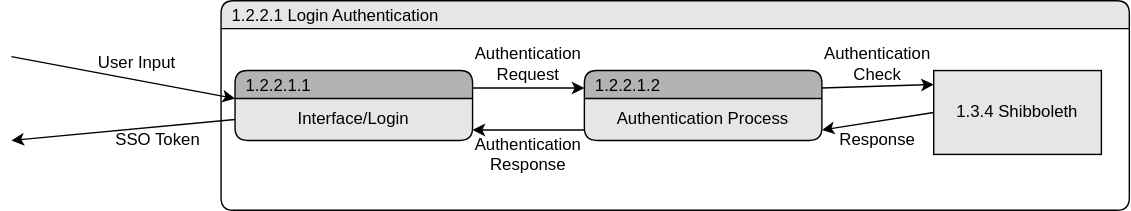
Above: TeamTwoFiles/LoginAuthentication_DFD.drawio.svg in MckennahPalmer/CSE430 (draw.io), before the change. Source tidied: cells renumbered, new cells last; positions are measured from the earlier drawing's top-left corner, leaving out a move shared by most shapes. The source it was exported from:
```xml
<mxGraphModel>
  <root>
    <mxCell id="0" />
    <mxCell id="1" parent="0" />
    <mxCell id="2" value="1.2.2.1 Login Authentication" style="swimlane;fontStyle=0;horizontal=1;startSize=20;fillColor=#E6E6E6;swimlaneFillColor=#FFFFFF;rounded=1;strokeColor=default;align=left;verticalAlign=middle;fontFamily=Helvetica;fontSize=12;fontColor=default;spacingLeft=6;shadow=0;" parent="1" vertex="1">
      <mxGeometry x="150" width="650" height="150" as="geometry" />
    </mxCell>
    <mxCell id="3" value="1.2.2.1.1" style="swimlane;fontStyle=0;horizontal=1;startSize=20;fillColor=#B3B3B3;swimlaneFillColor=#E6E6E6;rounded=1;strokeColor=default;align=left;verticalAlign=middle;fontFamily=Helvetica;fontSize=12;fontColor=default;spacingLeft=6;shadow=0;" parent="1" vertex="1">
      <mxGeometry x="160" y="50" width="170" height="50" as="geometry" />
    </mxCell>
    <mxCell id="4" value="Interface/Login" style="text;html=1;strokeColor=none;fillColor=none;align=center;verticalAlign=middle;whiteSpace=wrap;rounded=0;fontSize=12;fontFamily=Helvetica;fontColor=default;" parent="3" vertex="1">
      <mxGeometry y="20" width="170" height="30" as="geometry" />
    </mxCell>
    <mxCell id="5" value="1.3.4 Shibboleth" style="rounded=0;whiteSpace=wrap;html=1;strokeColor=default;align=center;verticalAlign=middle;fontFamily=Helvetica;fontSize=12;fontColor=default;startSize=20;fillColor=#E6E6E6;" parent="1" vertex="1">
      <mxGeometry x="660" y="50" width="120" height="60" as="geometry" />
    </mxCell>
    <mxCell id="6" value="1.2.2.1.2" style="swimlane;fontStyle=0;horizontal=1;startSize=20;fillColor=#B3B3B3;swimlaneFillColor=#E6E6E6;rounded=1;strokeColor=default;align=left;verticalAlign=middle;fontFamily=Helvetica;fontSize=12;fontColor=default;spacingLeft=6;shadow=0;" parent="1" vertex="1">
      <mxGeometry x="410" y="50" width="170" height="50" as="geometry" />
    </mxCell>
    <mxCell id="7" value="Authentication Process" style="text;html=1;strokeColor=none;fillColor=none;align=center;verticalAlign=middle;whiteSpace=wrap;rounded=0;fontSize=12;fontFamily=Helvetica;fontColor=default;" parent="6" vertex="1">
      <mxGeometry y="20" width="170" height="30" as="geometry" />
    </mxCell>
    <mxCell id="8" style="endArrow=classic;html=1;rounded=0;entryX=0;entryY=0;entryDx=0;entryDy=0;" parent="1" edge="1" target="4">
      <mxGeometry relative="1" as="geometry">
        <mxPoint y="40" as="sourcePoint" />
      </mxGeometry>
    </mxCell>
    <mxCell id="9" style="endArrow=classic;html=1;rounded=0;entryX=0;entryY=0.25;entryDx=0;entryDy=0;exitX=1;exitY=0.25;exitDx=0;exitDy=0;" parent="1" edge="1" source="3" target="6">
      <mxGeometry relative="1" as="geometry" />
    </mxCell>
    <mxCell id="10" style="endArrow=classic;html=1;rounded=0;exitX=1;exitY=0.25;exitDx=0;exitDy=0;" parent="1" edge="1" source="6">
      <mxGeometry relative="1" as="geometry">
        <mxPoint x="660" y="60" as="targetPoint" />
      </mxGeometry>
    </mxCell>
    <mxCell id="11" style="endArrow=classic;html=1;rounded=0;exitX=0;exitY=0.5;exitDx=0;exitDy=0;entryX=1;entryY=0.75;entryDx=0;entryDy=0;" parent="1" edge="1" source="5" target="7">
      <mxGeometry relative="1" as="geometry" />
    </mxCell>
    <mxCell id="12" style="endArrow=classic;html=1;rounded=0;entryX=1;entryY=0.75;entryDx=0;entryDy=0;exitX=0;exitY=0.75;exitDx=0;exitDy=0;" parent="1" edge="1" source="7" target="4">
      <mxGeometry relative="1" as="geometry" />
    </mxCell>
    <mxCell id="13" style="endArrow=classic;html=1;rounded=0;exitX=0;exitY=0.5;exitDx=0;exitDy=0;" parent="1" edge="1" source="4">
      <mxGeometry relative="1" as="geometry">
        <mxPoint y="100" as="targetPoint" />
      </mxGeometry>
    </mxCell>
    <mxCell id="14" value="User Input" style="text;html=1;align=center;verticalAlign=middle;whiteSpace=wrap;rounded=0;" parent="1" vertex="1">
      <mxGeometry x="60" y="30" width="60" height="30" as="geometry" />
    </mxCell>
    <mxCell id="15" value="Authentication Request" style="text;html=1;align=center;verticalAlign=middle;whiteSpace=wrap;rounded=0;" parent="1" vertex="1">
      <mxGeometry x="340" y="30" width="60" height="30" as="geometry" />
    </mxCell>
    <mxCell id="16" value="Authentication Check" style="text;html=1;align=center;verticalAlign=middle;whiteSpace=wrap;rounded=0;" parent="1" vertex="1">
      <mxGeometry x="590" y="30" width="60" height="30" as="geometry" />
    </mxCell>
    <mxCell id="17" value="Response" style="text;html=1;align=center;verticalAlign=middle;whiteSpace=wrap;rounded=0;" parent="1" vertex="1">
      <mxGeometry x="590" y="80" width="60" height="40" as="geometry" />
    </mxCell>
    <mxCell id="18" value="Authentication Response" style="text;html=1;align=center;verticalAlign=middle;whiteSpace=wrap;rounded=0;" parent="1" vertex="1">
      <mxGeometry x="340" y="90" width="60" height="40" as="geometry" />
    </mxCell>
    <mxCell id="19" value="SSO Token" style="text;html=1;align=center;verticalAlign=middle;whiteSpace=wrap;rounded=0;" parent="1" vertex="1">
      <mxGeometry x="70" y="80" width="70" height="40" as="geometry" />
    </mxCell>
  </root>
</mxGraphModel>
```
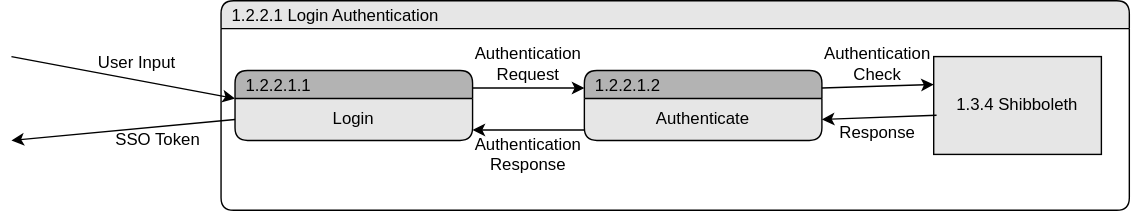
After the commit.

Diff of the diagram source:
```diff
@@ -8,16 +8,16 @@
     <mxCell id="3" value="1.2.2.1.1" style="swimlane;fontStyle=0;horizontal=1;startSize=20;fillColor=#B3B3B3;swimlaneFillColor=#E6E6E6;rounded=1;strokeColor=default;align=left;verticalAlign=middle;fontFamily=Helvetica;fontSize=12;fontColor=default;spacingLeft=6;shadow=0;" parent="1" vertex="1">
       <mxGeometry x="160" y="50" width="170" height="50" as="geometry" />
     </mxCell>
-    <mxCell id="4" value="Interface/Login" style="text;html=1;strokeColor=none;fillColor=none;align=center;verticalAlign=middle;whiteSpace=wrap;rounded=0;fontSize=12;fontFamily=Helvetica;fontColor=default;" parent="3" vertex="1">
+    <mxCell id="4" value="Login" style="text;html=1;strokeColor=none;fillColor=none;align=center;verticalAlign=middle;whiteSpace=wrap;rounded=0;fontSize=12;fontFamily=Helvetica;fontColor=default;" parent="3" vertex="1">
       <mxGeometry y="20" width="170" height="30" as="geometry" />
     </mxCell>
     <mxCell id="5" value="1.3.4 Shibboleth" style="rounded=0;whiteSpace=wrap;html=1;strokeColor=default;align=center;verticalAlign=middle;fontFamily=Helvetica;fontSize=12;fontColor=default;startSize=20;fillColor=#E6E6E6;" parent="1" vertex="1">
-      <mxGeometry x="660" y="50" width="120" height="60" as="geometry" />
+      <mxGeometry x="660" y="40" width="120" height="70" as="geometry" />
     </mxCell>
     <mxCell id="6" value="1.2.2.1.2" style="swimlane;fontStyle=0;horizontal=1;startSize=20;fillColor=#B3B3B3;swimlaneFillColor=#E6E6E6;rounded=1;strokeColor=default;align=left;verticalAlign=middle;fontFamily=Helvetica;fontSize=12;fontColor=default;spacingLeft=6;shadow=0;" parent="1" vertex="1">
       <mxGeometry x="410" y="50" width="170" height="50" as="geometry" />
     </mxCell>
-    <mxCell id="7" value="Authentication Process" style="text;html=1;strokeColor=none;fillColor=none;align=center;verticalAlign=middle;whiteSpace=wrap;rounded=0;fontSize=12;fontFamily=Helvetica;fontColor=default;" parent="6" vertex="1">
+    <mxCell id="7" value="Authenticate" style="text;html=1;strokeColor=none;fillColor=none;align=center;verticalAlign=middle;whiteSpace=wrap;rounded=0;fontSize=12;fontFamily=Helvetica;fontColor=default;" parent="6" vertex="1">
       <mxGeometry y="20" width="170" height="30" as="geometry" />
     </mxCell>
     <mxCell id="8" style="endArrow=classic;html=1;rounded=0;entryX=0;entryY=0;entryDx=0;entryDy=0;" parent="1" edge="1" target="4">
@@ -33,7 +33,7 @@
         <mxPoint x="660" y="60" as="targetPoint" />
       </mxGeometry>
     </mxCell>
-    <mxCell id="11" style="endArrow=classic;html=1;rounded=0;exitX=0;exitY=0.5;exitDx=0;exitDy=0;entryX=1;entryY=0.75;entryDx=0;entryDy=0;" parent="1" edge="1" source="5" target="7">
+    <mxCell id="11" style="endArrow=classic;html=1;rounded=0;entryX=1;entryY=0.5;entryDx=0;entryDy=0;exitX=0.017;exitY=0.6;exitDx=0;exitDy=0;exitPerimeter=0;" parent="1" edge="1" source="5" target="7">
       <mxGeometry relative="1" as="geometry" />
     </mxCell>
     <mxCell id="12" style="endArrow=classic;html=1;rounded=0;entryX=1;entryY=0.75;entryDx=0;entryDy=0;exitX=0;exitY=0.75;exitDx=0;exitDy=0;" parent="1" edge="1" source="7" target="4">
@@ -54,7 +54,7 @@
       <mxGeometry x="590" y="30" width="60" height="30" as="geometry" />
     </mxCell>
     <mxCell id="17" value="Response" style="text;html=1;align=center;verticalAlign=middle;whiteSpace=wrap;rounded=0;" parent="1" vertex="1">
-      <mxGeometry x="590" y="80" width="60" height="40" as="geometry" />
+      <mxGeometry x="590" y="80" width="60" height="30" as="geometry" />
     </mxCell>
     <mxCell id="18" value="Authentication Response" style="text;html=1;align=center;verticalAlign=middle;whiteSpace=wrap;rounded=0;" parent="1" vertex="1">
       <mxGeometry x="340" y="90" width="60" height="40" as="geometry" />
```
